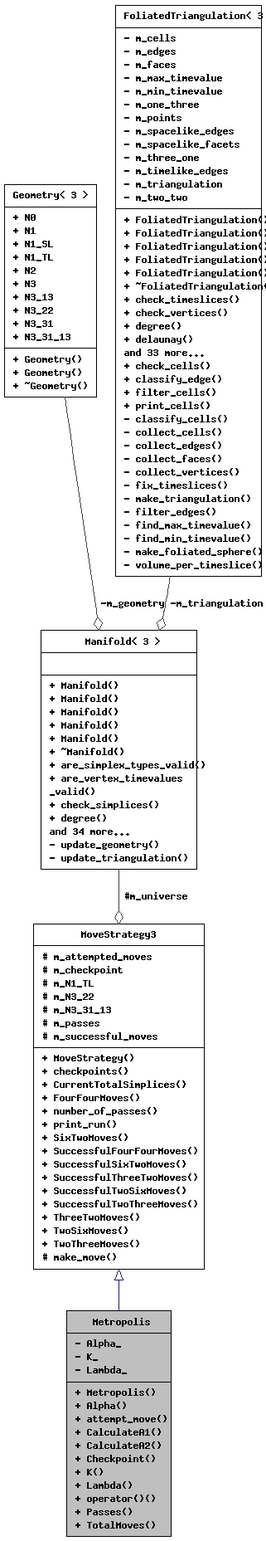
The Graphviz diagram class_metropolis__coll__graph.png in acgetchell/CDT-plusplus, before a commit. Its source is kept beside it as class_metropolis__coll__graph.dot.
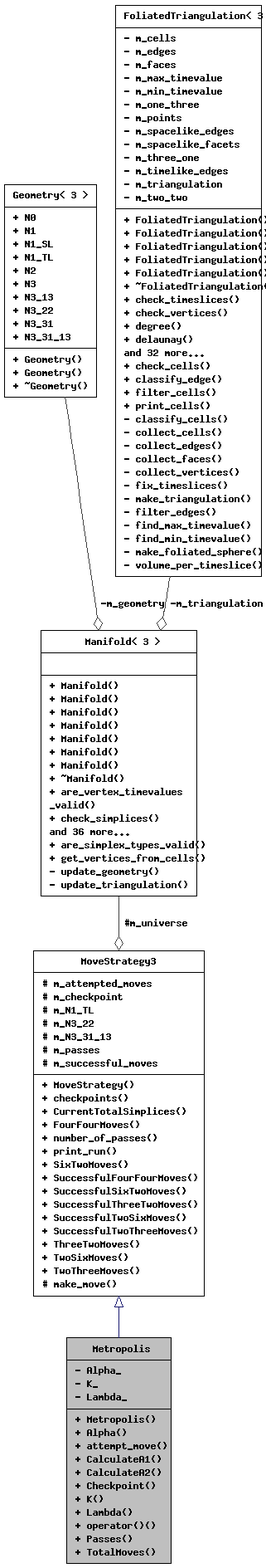
After the commit.

What changed in the source:
```diff
@@ -6,9 +6,9 @@
   Node2 -> Node1 [dir="back",color="midnightblue",fontsize="10",style="solid",arrowtail="onormal",fontname="Helvetica"];
   Node2 [label="{MoveStrategy3\n|# m_attempted_moves\l# m_checkpoint\l# m_N1_TL\l# m_N3_22\l# m_N3_31_13\l# m_passes\l# m_successful_moves\l|+ MoveStrategy()\l+ checkpoints()\l+ CurrentTotalSimplices()\l+ FourFourMoves()\l+ number_of_passes()\l+ print_run()\l+ SixTwoMoves()\l+ SuccessfulFourFourMoves()\l+ SuccessfulSixTwoMoves()\l+ SuccessfulThreeTwoMoves()\l+ SuccessfulTwoSixMoves()\l+ SuccessfulTwoThreeMoves()\l+ ThreeTwoMoves()\l+ TwoSixMoves()\l+ TwoThreeMoves()\l# make_move()\l}",height=0.2,width=0.4,color="black", fillcolor="white", style="filled",URL="$class_move_strategy_3_013_01_4.html",tooltip=" "];
   Node3 -> Node2 [color="grey25",fontsize="10",style="solid",label=" #m_universe" ,arrowhead="odiamond",fontname="Helvetica"];
-  Node3 [label="{Manifold\< 3 \>\n||+ Manifold()\l+ Manifold()\l+ Manifold()\l+ Manifold()\l+ Manifold()\l+ ~Manifold()\l+ are_simplex_types_valid()\l+ are_vertex_timevalues\l_valid()\l+ check_simplices()\l+ degree()\land 34 more...\l- update_geometry()\l- update_triangulation()\l}",height=0.2,width=0.4,color="black", fillcolor="white", style="filled",URL="$class_manifold_3_013_01_4.html",tooltip="3D Manifold"];
+  Node3 [label="{Manifold\< 3 \>\n||+ Manifold()\l+ Manifold()\l+ Manifold()\l+ Manifold()\l+ Manifold()\l+ Manifold()\l+ Manifold()\l+ ~Manifold()\l+ are_vertex_timevalues\l_valid()\l+ check_simplices()\land 36 more...\l+ are_simplex_types_valid()\l+ get_vertices_from_cells()\l- update_geometry()\l- update_triangulation()\l}",height=0.2,width=0.4,color="black", fillcolor="white", style="filled",URL="$class_manifold_3_013_01_4.html",tooltip="3D Manifold"];
   Node4 -> Node3 [color="grey25",fontsize="10",style="solid",label=" -m_geometry" ,arrowhead="odiamond",fontname="Helvetica"];
   Node4 [label="{Geometry\< 3 \>\n|+ N0\l+ N1\l+ N1_SL\l+ N1_TL\l+ N2\l+ N3\l+ N3_13\l+ N3_22\l+ N3_31\l+ N3_31_13\l|+ Geometry()\l+ Geometry()\l+ ~Geometry()\l}",height=0.2,width=0.4,color="black", fillcolor="white", style="filled",URL="$struct_geometry_3_013_01_4.html",tooltip="3D Geometry"];
   Node5 -> Node3 [color="grey25",fontsize="10",style="solid",label=" -m_triangulation" ,arrowhead="odiamond",fontname="Helvetica"];
-  Node5 [label="{FoliatedTriangulation\< 3 \>\n|- m_cells\l- m_edges\l- m_faces\l- m_max_timevalue\l- m_min_timevalue\l- m_one_three\l- m_points\l- m_spacelike_edges\l- m_spacelike_facets\l- m_three_one\l- m_timelike_edges\l- m_triangulation\l- m_two_two\l|+ FoliatedTriangulation()\l+ FoliatedTriangulation()\l+ FoliatedTriangulation()\l+ FoliatedTriangulation()\l+ FoliatedTriangulation()\l+ ~FoliatedTriangulation()\l+ check_timeslices()\l+ check_vertices()\l+ degree()\l+ delaunay()\land 33 more...\l+ check_cells()\l+ classify_edge()\l+ filter_cells()\l+ print_cells()\l- classify_cells()\l- collect_cells()\l- collect_edges()\l- collect_faces()\l- collect_vertices()\l- fix_timeslices()\l- make_triangulation()\l- filter_edges()\l- find_max_timevalue()\l- find_min_timevalue()\l- make_foliated_sphere()\l- volume_per_timeslice()\l}",height=0.2,width=0.4,color="black", fillcolor="white", style="filled",URL="$class_foliated_triangulation_3_013_01_4.html",tooltip="3D Triangulation"];
+  Node5 [label="{FoliatedTriangulation\< 3 \>\n|- m_cells\l- m_edges\l- m_faces\l- m_max_timevalue\l- m_min_timevalue\l- m_one_three\l- m_points\l- m_spacelike_edges\l- m_spacelike_facets\l- m_three_one\l- m_timelike_edges\l- m_triangulation\l- m_two_two\l|+ FoliatedTriangulation()\l+ FoliatedTriangulation()\l+ FoliatedTriangulation()\l+ FoliatedTriangulation()\l+ FoliatedTriangulation()\l+ ~FoliatedTriangulation()\l+ check_timeslices()\l+ check_vertices()\l+ degree()\l+ delaunay()\land 32 more...\l+ check_cells()\l+ classify_edge()\l+ filter_cells()\l+ print_cells()\l- classify_cells()\l- collect_cells()\l- collect_edges()\l- collect_faces()\l- collect_vertices()\l- fix_timeslices()\l- make_triangulation()\l- filter_edges()\l- find_max_timevalue()\l- find_min_timevalue()\l- make_foliated_sphere()\l- volume_per_timeslice()\l}",height=0.2,width=0.4,color="black", fillcolor="white", style="filled",URL="$class_foliated_triangulation_3_013_01_4.html",tooltip="3D Triangulation"];
 }
```
